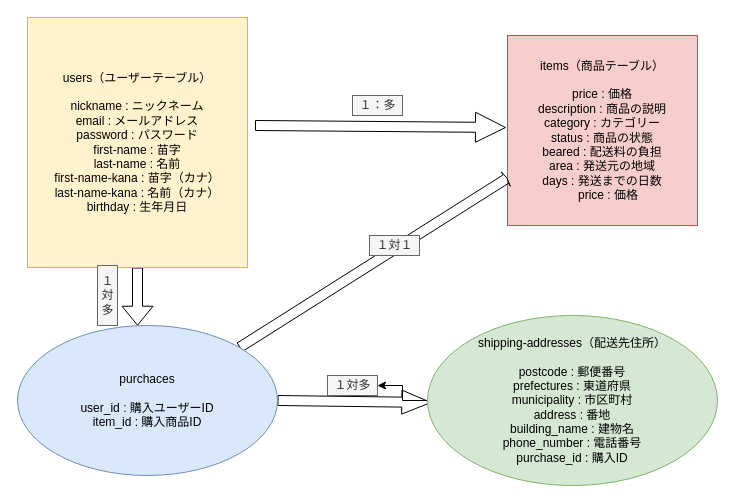
Before: erfigure.drawio in Toshi0619/furima-29092, a draw.io diagram. Source tidied: cells renumbered, new cells numbered last; positions are measured from the earlier drawing's top-left corner, leaving out a move shared by most shapes. Both pictures are drawn from the tidied source at 100%, with x=0, y=0 at pixel (17, 17).
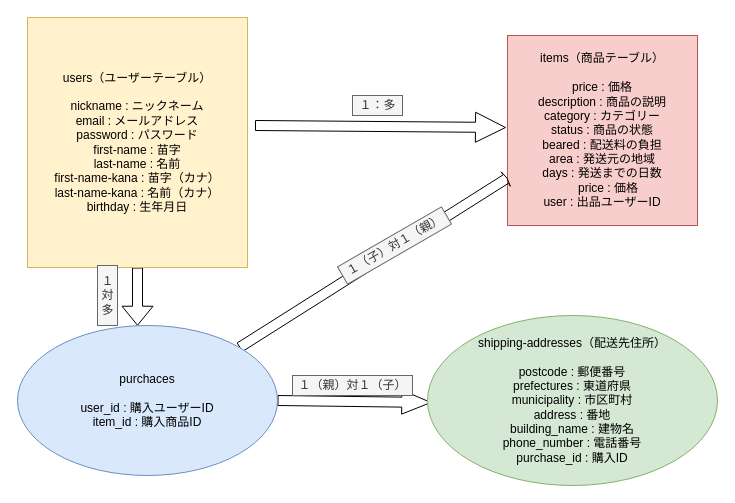
Above is the later version.

Commit message (it also covers changes not shown here):
レビュー2回目分修正

Change to the diagram source:
```diff
@@
 <mxGraphModel>
   <root>
     <mxCell id="0" />
     <mxCell id="1" parent="0" />
     <mxCell id="2" style="edgeStyle=orthogonalEdgeStyle;shape=arrow;rounded=0;orthogonalLoop=1;jettySize=auto;html=1;" parent="1" edge="1">
       <mxGeometry relative="1" as="geometry">
         <mxPoint x="238" y="108" as="sourcePoint" />
         <mxPoint x="488" y="110" as="targetPoint" />
       </mxGeometry>
     </mxCell>
     <mxCell id="3" style="edgeStyle=orthogonalEdgeStyle;shape=flexArrow;rounded=0;jumpSize=13;jettySize=auto;html=1;fontColor=#000000;" parent="1" edge="1" source="4" target="8">
       <mxGeometry relative="1" as="geometry">
         <Array as="points">
           <mxPoint x="120" y="328" />
           <mxPoint x="120" y="328" />
         </Array>
       </mxGeometry>
     </mxCell>
     <mxCell id="4" value="users（ユーザーテーブル）&lt;br&gt;&lt;br&gt;nickname : ニックネーム&lt;br&gt;email : メールアドレス&lt;br&gt;password : パスワード&lt;br&gt;first-name : 苗字&lt;br&gt;last-name : 名前&lt;br&gt;first-name-kana : 苗字（カナ）&lt;br&gt;last-name-kana : 名前（カナ）&lt;br&gt;birthday : 生年月日" style="whiteSpace=wrap;html=1;fillColor=#fff2cc;strokeColor=#d6b656;fontColor=#000000;" parent="1" vertex="1">
       <mxGeometry x="10" width="220" height="250" as="geometry" />
     </mxCell>
-    <mxCell id="5" value="items（商品テーブル）&lt;br&gt;&lt;br&gt;price : 価格&lt;br&gt;description : 商品の説明&lt;br&gt;category : カテゴリー&lt;br&gt;status : 商品の状態&lt;br&gt;beared : 配送料の負担&lt;br&gt;area : 発送元の地域&lt;br&gt;days : 発送までの日数&lt;br&gt;　price : 価格" style="whiteSpace=wrap;html=1;fillColor=#f8cecc;strokeColor=#b85450;fontColor=#000000;" parent="1" vertex="1">
+    <mxCell id="5" value="items（商品テーブル）&lt;br&gt;&lt;br&gt;price : 価格&lt;br&gt;description : 商品の説明&lt;br&gt;category : カテゴリー&lt;br&gt;status : 商品の状態&lt;br&gt;beared : 配送料の負担&lt;br&gt;area : 発送元の地域&lt;br&gt;days : 発送までの日数&lt;br&gt;　price : 価格&lt;br&gt;user : 出品ユーザーID" style="whiteSpace=wrap;html=1;fillColor=#f8cecc;strokeColor=#b85450;fontColor=#000000;" parent="1" vertex="1">
       <mxGeometry x="490" y="18" width="190" height="190" as="geometry" />
     </mxCell>
     <mxCell id="6" style="edgeStyle=none;shape=flexArrow;rounded=0;jumpSize=13;jettySize=auto;html=1;exitX=1;exitY=0;exitDx=0;exitDy=0;entryX=0;entryY=0.75;entryDx=0;entryDy=0;fontColor=#000000;endWidth=6;endSize=0.16;" parent="1" edge="1" source="8" target="5">
       <mxGeometry relative="1" as="geometry" />
     </mxCell>
     <mxCell id="7" style="edgeStyle=none;shape=flexArrow;rounded=0;jumpSize=13;jettySize=auto;html=1;entryX=-0.014;entryY=0.544;entryDx=0;entryDy=0;entryPerimeter=0;fontColor=#000000;endWidth=13;endSize=9.37;exitX=1;exitY=0.5;exitDx=0;exitDy=0;" parent="1" edge="1" source="8">
       <mxGeometry relative="1" as="geometry">
         <mxPoint x="413.9" y="385" as="targetPoint" />
       </mxGeometry>
     </mxCell>
     <mxCell id="8" value="purchaces&lt;br&gt;&lt;br&gt;user_id : 購入ユーザーID&lt;br&gt;item_id : 購入商品ID" style="ellipse;whiteSpace=wrap;html=1;fillColor=#dae8fc;strokeColor=#6c8ebf;fontColor=#000000;" parent="1" vertex="1">
       <mxGeometry y="308" width="260" height="150" as="geometry" />
     </mxCell>
-    <mxCell id="9" style="edgeStyle=orthogonalEdgeStyle;rounded=0;jettySize=auto;html=1;" parent="1" edge="1" source="10" target="13">
-      <mxGeometry relative="1" as="geometry" />
-    </mxCell>
     <mxCell id="10" value="shipping-addresses（配送先住所）&lt;br&gt;&lt;br&gt;postcode : 郵便番号&lt;br&gt;prefectures : 東道府県&lt;br&gt;municipality : 市区町村&lt;br&gt;address : 番地&lt;br&gt;building_name : 建物名&lt;br&gt;phone_number : 電話番号&lt;br&gt;purchase_id : 購入ID" style="ellipse;whiteSpace=wrap;html=1;fillColor=#d5e8d4;strokeColor=#82b366;fontColor=#000000;" parent="1" vertex="1">
       <mxGeometry x="410" y="298" width="290" height="170" as="geometry" />
     </mxCell>
     <mxCell id="11" value="１：多" style="text;html=1;align=center;verticalAlign=middle;fillColor=#f5f5f5;strokeColor=#666666;rounded=0;fontColor=#333333;" parent="1" vertex="1">
       <mxGeometry x="335" y="78" width="50" height="20" as="geometry" />
     </mxCell>
-    <mxCell id="12" value="１対１" style="text;html=1;align=center;verticalAlign=middle;fillColor=#f5f5f5;strokeColor=#666666;rounded=0;fontColor=#333333;" parent="1" vertex="1">
-      <mxGeometry x="352" y="218" width="50" height="20" as="geometry" />
+    <mxCell id="12" value="１（子）対１（親）" style="text;html=1;align=center;verticalAlign=middle;fillColor=#f5f5f5;strokeColor=#666666;rounded=0;fontColor=#333333;rotation=-30;" parent="1" vertex="1">
+      <mxGeometry x="317" y="218" width="120" height="20" as="geometry" />
     </mxCell>
-    <mxCell id="13" value="１対多" style="text;html=1;align=center;verticalAlign=middle;points=[];fillColor=#f5f5f5;strokeColor=#666666;rounded=0;fontColor=#333333;" parent="1" vertex="1">
-      <mxGeometry x="310" y="358" width="50" height="20" as="geometry" />
+    <mxCell id="13" value="１（親）対１（子）" style="text;html=1;align=center;verticalAlign=middle;points=[];fillColor=#f5f5f5;strokeColor=#666666;rounded=0;fontColor=#333333;" parent="1" vertex="1">
+      <mxGeometry x="275" y="358" width="120" height="20" as="geometry" />
     </mxCell>
     <mxCell id="14" value="１&lt;br&gt;対&lt;br&gt;多" style="text;html=1;align=center;verticalAlign=middle;fillColor=#f5f5f5;strokeColor=#666666;rounded=0;fontColor=#333333;rotation=90;horizontal=0;" parent="1" vertex="1">
       <mxGeometry x="60" y="268" width="60" height="20" as="geometry" />
     </mxCell>
   </root>
 </mxGraphModel>
```
